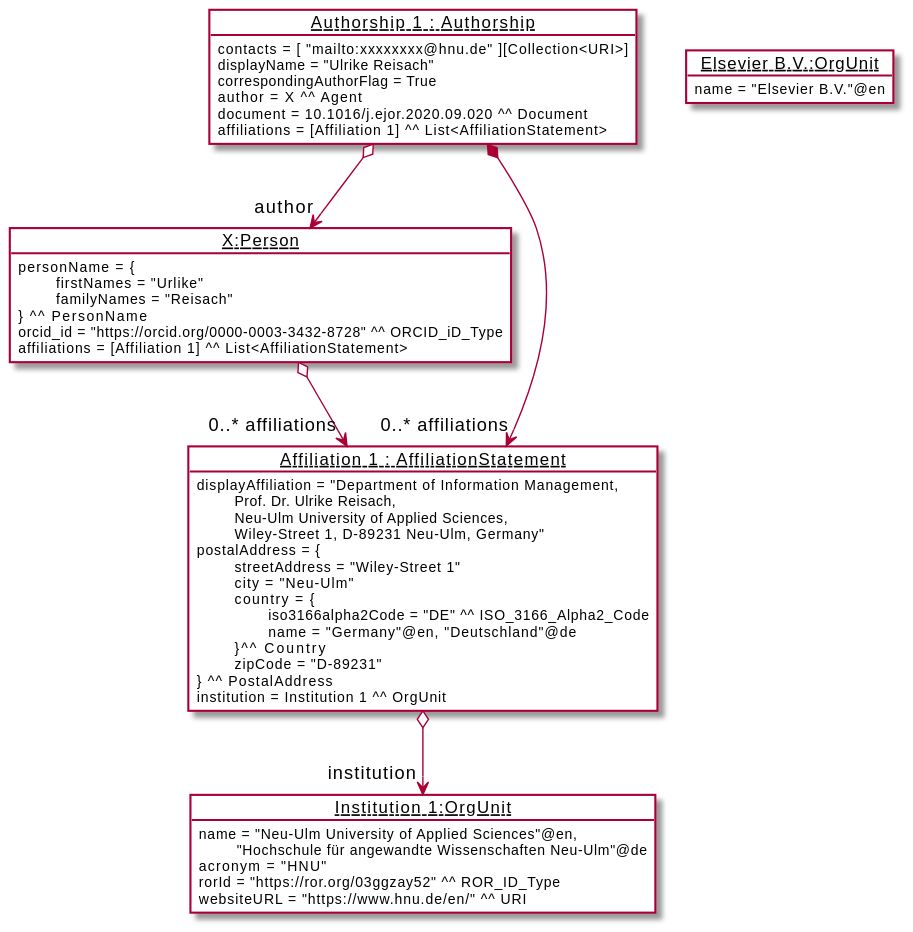
Earlier version of the PlantUML export diagrams/example.svg (EuroCRIS/CERIF-Core).
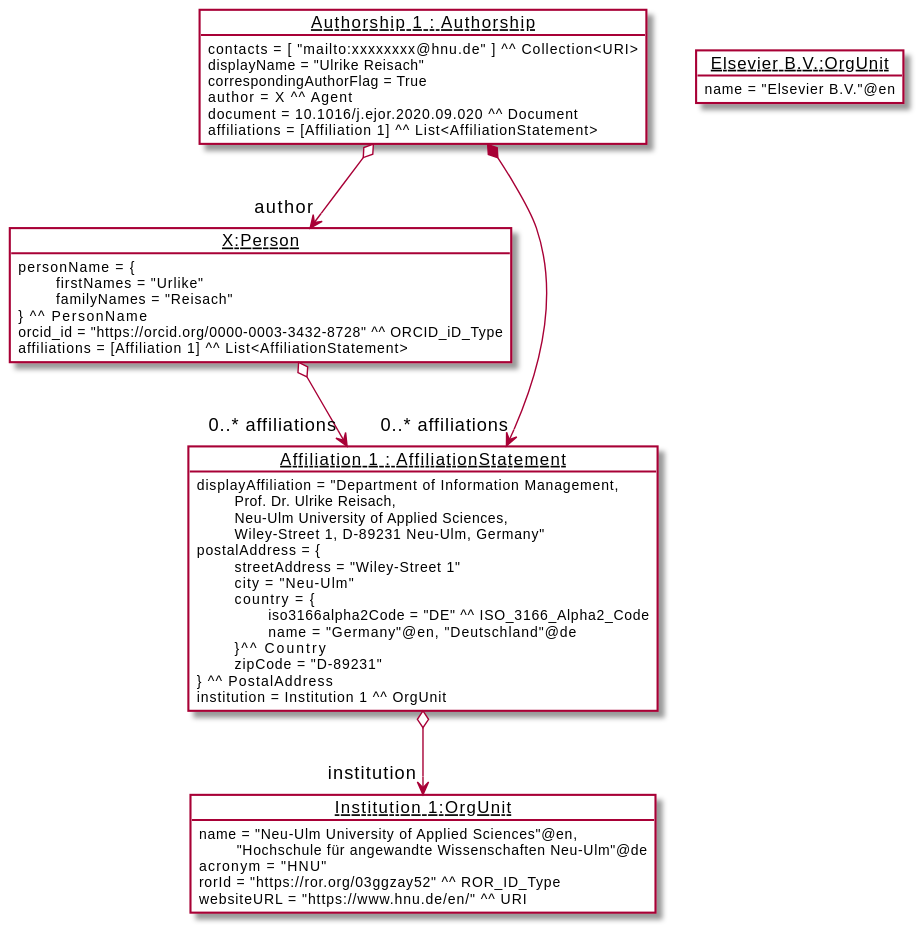
After the change.

Change to the diagram source:
```diff
@@ -48,7 +48,7 @@
 
     !startsub aut
     object "<u>Authorship 1 : Authorship</u>" as Aut1 #ffffff {
-            contacts = [ "mailto:xxxxxxxx@hnu.de" ][Collection<URI>]
+            contacts = [ "mailto:xxxxxxxx@hnu.de" ] ^^ Collection<URI>
             displayName = "Ulrike Reisach"
             correspondingAuthorFlag = True
             author = X ^^ Agent
```
